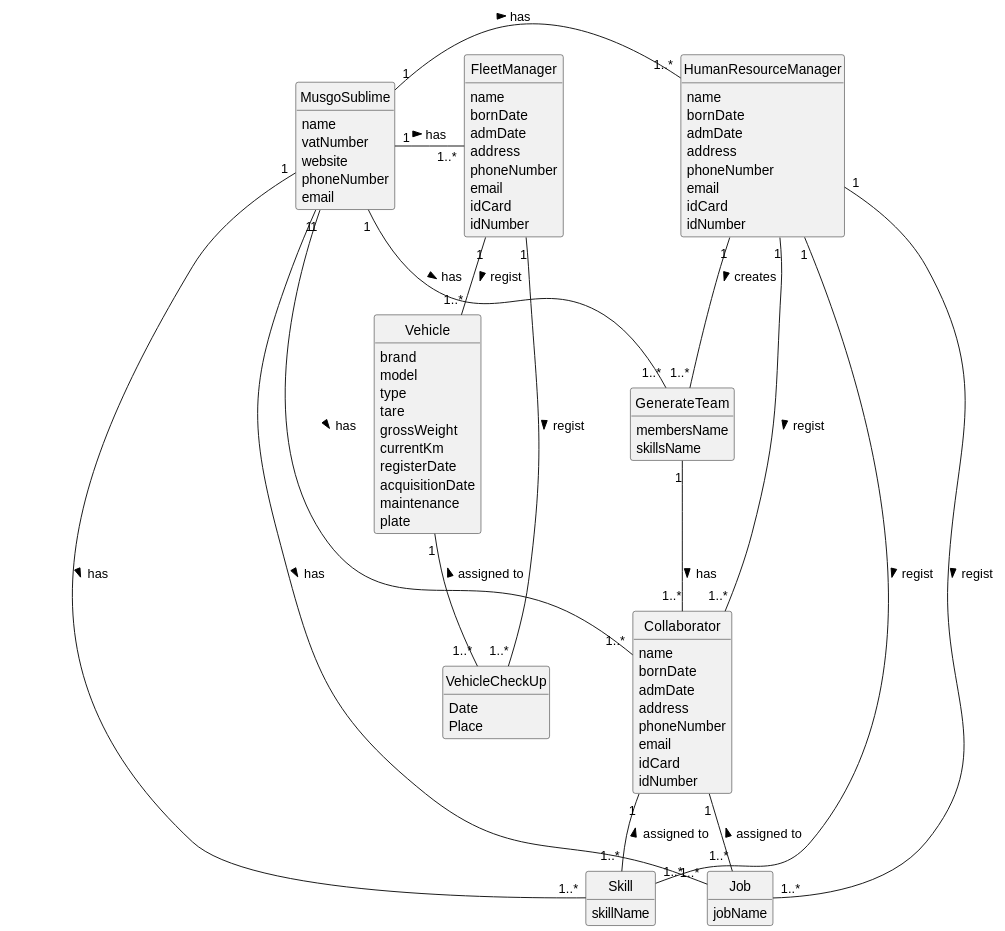
Above: docs/sprintA/global-artifacts/02.analysis/svg/project-domain-model.svg in 1231360-ISEP/lei-24-s2-1db-g021 (PlantUML), before the change. Source of this version:
```plantuml
@startuml
skinparam monochrome true
skinparam packageStyle rectangle
skinparam shadowing false
skinparam classAttributeIconSize 0
hide circle
hide methods


class MusgoSublime {
    name
    vatNumber
    website
    phoneNumber
    email
}

class HumanResourceManager {
    name
    bornDate
    admDate
    address
    phoneNumber
    email
    idCard
    idNumber
}

class Collaborator {
    name
    bornDate
    admDate
    address
    phoneNumber
    email
    idCard
    idNumber
}

class FleetManager {
    name
    bornDate
    admDate
    address
    phoneNumber
    email
    idCard
    idNumber
}

class Skill {
    skillName
}

class Job {
    jobName
}

class GenerateTeam {
    membersName
    skillsName
}

class Vehicle {
    brand
    model
    type
    tare
    grossWeight
    currentKm
    registerDate
    acquisitionDate
    maintenance
    plate
}

class VehicleCheckUp {
    Date
    Place
}





MusgoSublime "1" - "1..*" HumanResourceManager: has >
MusgoSublime "1" - "1..*" Collaborator: has >
MusgoSublime "1" - "1..*" FleetManager: has >
MusgoSublime "1" - "1..*" Skill: has >
MusgoSublime "1" - "1..*" Job: has >
MusgoSublime "1" - "1..*" GenerateTeam: has >
HumanResourceManager "1" -- "1..*" Skill : regist >
HumanResourceManager "1" -- "1..*" Job : regist >
HumanResourceManager "1" -- "1..*" Collaborator : regist >
HumanResourceManager "1" -- "1..*" GenerateTeam : creates >
Collaborator "1" -- "1..*" Job : assigned to <
Collaborator "1" -- "1..*" Skill : assigned to <
GenerateTeam "1" -- "1..*" Collaborator : has >
FleetManager "1" -- "1..*" Vehicle : regist >
FleetManager "1" -- "1..*" VehicleCheckUp : regist >
Vehicle "1" -- "1..*" VehicleCheckUp : assigned to <



@enduml
```
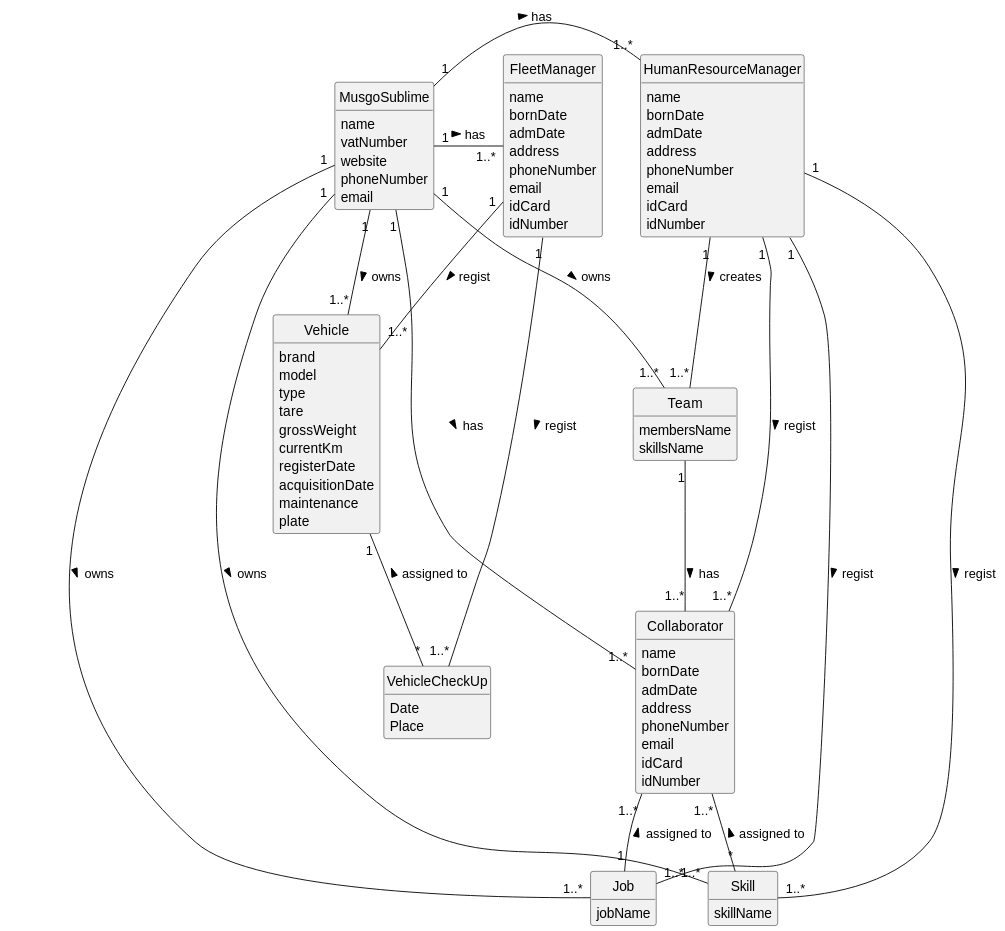
The same file after the commit.

Commit message:
Update the Domain Model.

Change to the diagram source:
```diff
@@ -56,7 +56,7 @@
     jobName
 }
 
-class GenerateTeam {
+class Team {
     membersName
     skillsName
 }
@@ -86,19 +86,20 @@
 MusgoSublime "1" - "1..*" HumanResourceManager: has >
 MusgoSublime "1" - "1..*" Collaborator: has >
 MusgoSublime "1" - "1..*" FleetManager: has >
-MusgoSublime "1" - "1..*" Skill: has >
-MusgoSublime "1" - "1..*" Job: has >
-MusgoSublime "1" - "1..*" GenerateTeam: has >
+MusgoSublime "1" - "1..*" Skill: owns >
+MusgoSublime "1" - "1..*" Job: owns >
+MusgoSublime "1" - "1..*" Team: owns >
+MusgoSublime "1" - "1..*" Vehicle: owns >
 HumanResourceManager "1" -- "1..*" Skill : regist >
 HumanResourceManager "1" -- "1..*" Job : regist >
 HumanResourceManager "1" -- "1..*" Collaborator : regist >
-HumanResourceManager "1" -- "1..*" GenerateTeam : creates >
-Collaborator "1" -- "1..*" Job : assigned to <
-Collaborator "1" -- "1..*" Skill : assigned to <
-GenerateTeam "1" -- "1..*" Collaborator : has >
+HumanResourceManager "1" -- "1..*" Team : creates >
+Collaborator "1..*" -- "1" Job : assigned to <
+Collaborator "1..*" -- "*" Skill : assigned to <
+Team "1" -- "1..*" Collaborator : has >
 FleetManager "1" -- "1..*" Vehicle : regist >
 FleetManager "1" -- "1..*" VehicleCheckUp : regist >
-Vehicle "1" -- "1..*" VehicleCheckUp : assigned to <
+Vehicle "1" -- "*" VehicleCheckUp : assigned to <
 
 
 
```
